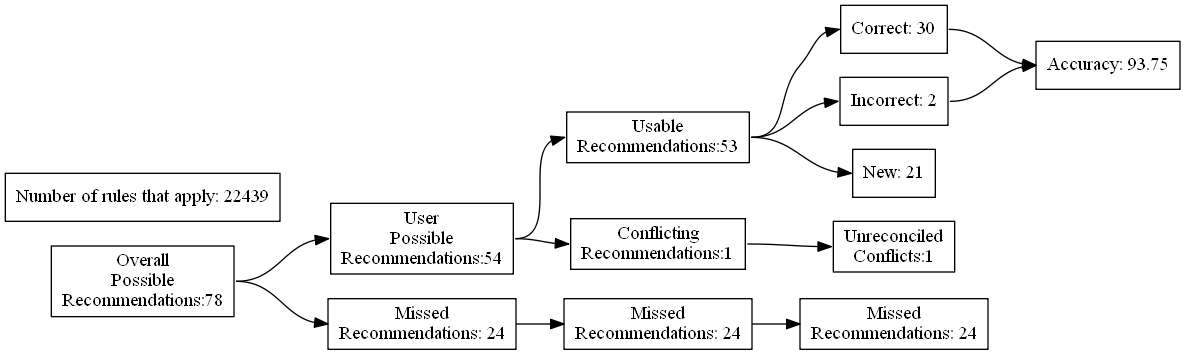
This is test_renders/106.gv.png from ZaxR/ibd_diet_analysis, a Graphviz export, as it was before one commit. Its source is kept beside it as test_renders/106.gv.
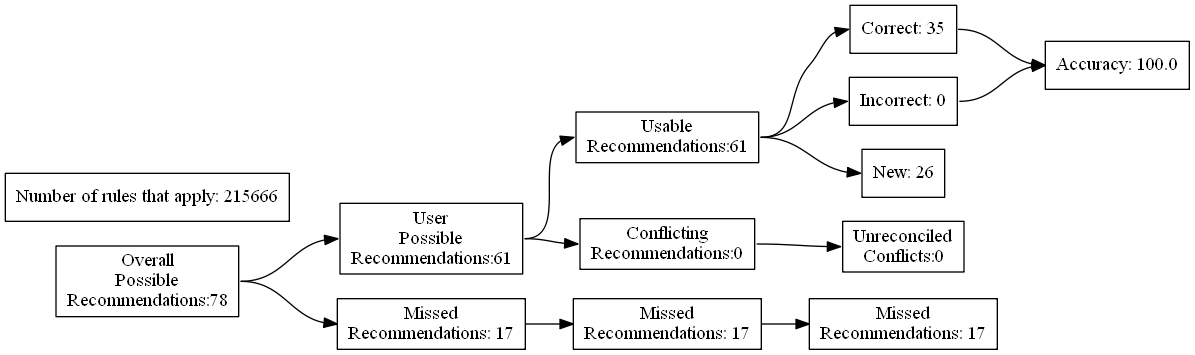
After the commit.

What changed in the source:
```diff
@@ -7,24 +7,24 @@
 Recommendations:78"]
 		B [label="User
 Possible
-Recommendations:54"]
+Recommendations:61"]
 		C [label="Missed
-Recommendations: 24"]
+Recommendations: 17"]
 		D [label="Usable
-Recommendations:53"]
+Recommendations:61"]
 		E [label="Conflicting
-Recommendations:1"]
+Recommendations:0"]
 		J [label="Missed
-Recommendations: 24"]
+Recommendations: 17"]
 		M [label="Unreconciled
-Conflicts:1"]
-		F [label="Correct: 30"]
-		G [label="Incorrect: 2"]
-		H [label="New: 21"]
+Conflicts:0"]
+		F [label="Correct: 35"]
+		G [label="Incorrect: 0"]
+		H [label="New: 26"]
 		K [label="Missed
-Recommendations: 24"]
-		I [label="Accuracy: 93.75"]
-		l [label="Number of rules that apply: 22439"]
+Recommendations: 17"]
+		I [label="Accuracy: 100.0"]
+		l [label="Number of rules that apply: 215666"]
 			A -> B
 			A -> C
 			B -> D
```
